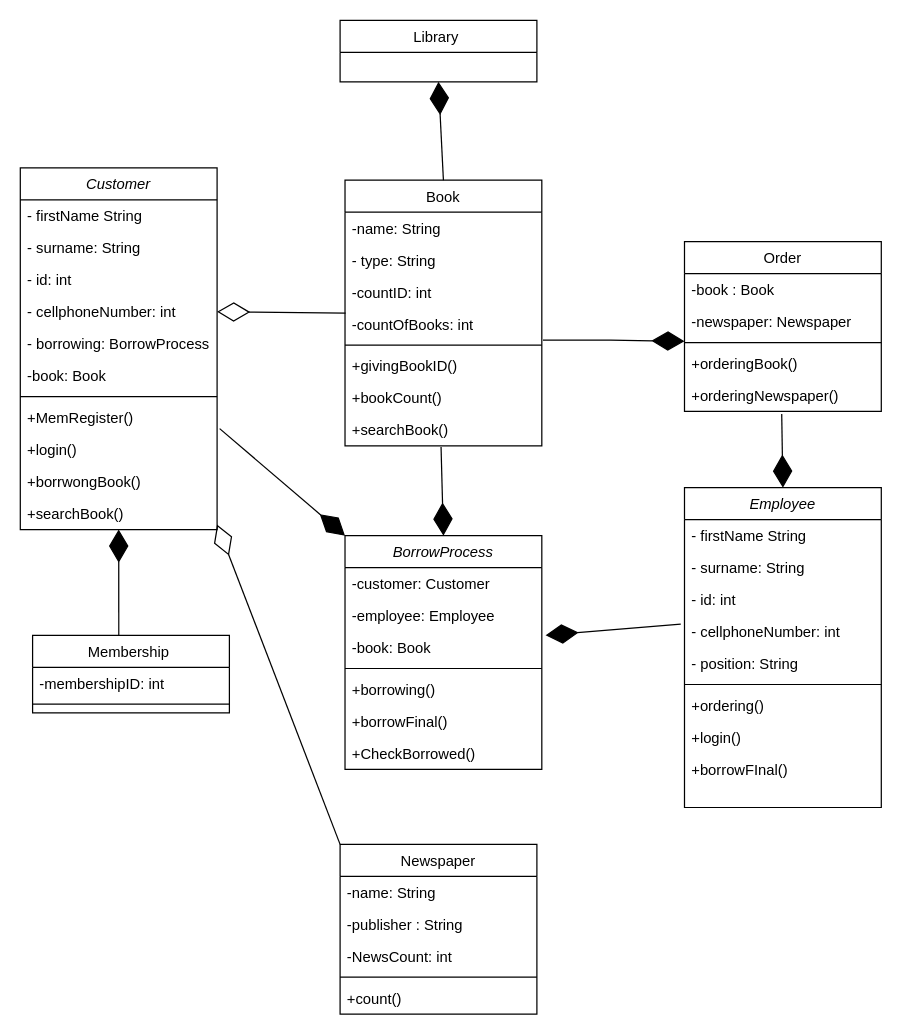
Above: PRG ass 2022.drawio in frans-nekongo/Programming-2-Library-management-system (draw.io), before the change. Source tidied: cells renumbered, new cells numbered last; positions are measured from the earlier drawing's top-left corner, leaving out a move shared by most shapes. Both pictures are drawn from the tidied source at 123%, with x=0, y=0 at pixel (20, 20).
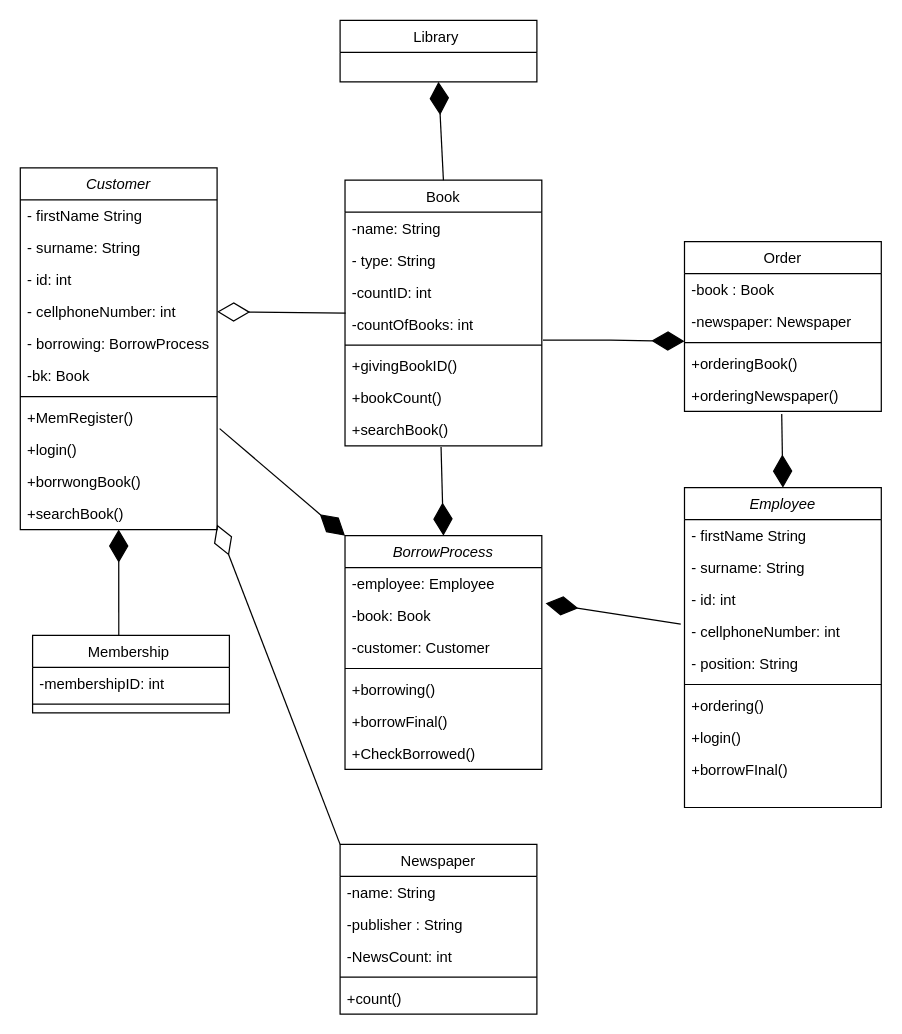
Above is the later version.

The change refers to these unchanged cells:
```xml
<mxCell id="2" value="Customer" style="swimlane;fontStyle=2;align=center;verticalAlign=top;horizontal=1;startSize=26;rounded=0;shadow=0;strokeWidth=1;" parent="1" vertex="1">
  <mxGeometry y="120" width="160" height="294" as="geometry" />
</mxCell>
<mxCell id="42" value="BorrowProcess" style="swimlane;fontStyle=2;align=center;verticalAlign=top;horizontal=1;startSize=26;rounded=0;shadow=0;strokeWidth=1;" parent="1" vertex="1">
  <mxGeometry x="264" y="419" width="160" height="190" as="geometry" />
</mxCell>
```

Change to the diagram source:
```diff
@@
-    <mxCell id="8" value="-book: Book" style="text;align=left;verticalAlign=top;spacingLeft=4;spacingRight=4;overflow=hidden;rounded=0;shadow=0;html=0;" parent="2" vertex="1">
+    <mxCell id="8" value="-bk: Book" style="text;align=left;verticalAlign=top;spacingLeft=4;spacingRight=4;overflow=hidden;rounded=0;shadow=0;html=0;" parent="2" vertex="1">
       <mxGeometry y="156" width="160" height="26" as="geometry" />
     </mxCell>
@@
-    <mxCell id="43" value="-customer: Customer" style="text;align=left;verticalAlign=top;spacingLeft=4;spacingRight=4;overflow=hidden;" parent="42" vertex="1">
-      <mxGeometry y="26" width="160" height="26" as="geometry" />
-    </mxCell>
     <mxCell id="44" value="-employee: Employee" style="text;align=left;verticalAlign=top;spacingLeft=4;spacingRight=4;overflow=hidden;rounded=0;shadow=0;html=0;" parent="42" vertex="1">
-      <mxGeometry y="52" width="160" height="26" as="geometry" />
+      <mxGeometry y="26" width="160" height="26" as="geometry" />
     </mxCell>
     <mxCell id="45" value="-book: Book" style="text;align=left;verticalAlign=top;spacingLeft=4;spacingRight=4;overflow=hidden;points=[[0,0.5],[1,0.5]];portConstraint=eastwest;rounded=0;shadow=0;html=0;" parent="42" vertex="1">
-      <mxGeometry y="78" width="160" height="26" as="geometry" />
+      <mxGeometry y="52" width="160" height="26" as="geometry" />
     </mxCell>
+    <mxCell id="43" value="-customer: Customer" style="text;align=left;verticalAlign=top;spacingLeft=4;spacingRight=4;overflow=hidden;" parent="42" vertex="1">
+      <mxGeometry y="78" width="160" height="26" as="geometry" />
+    </mxCell>
```
